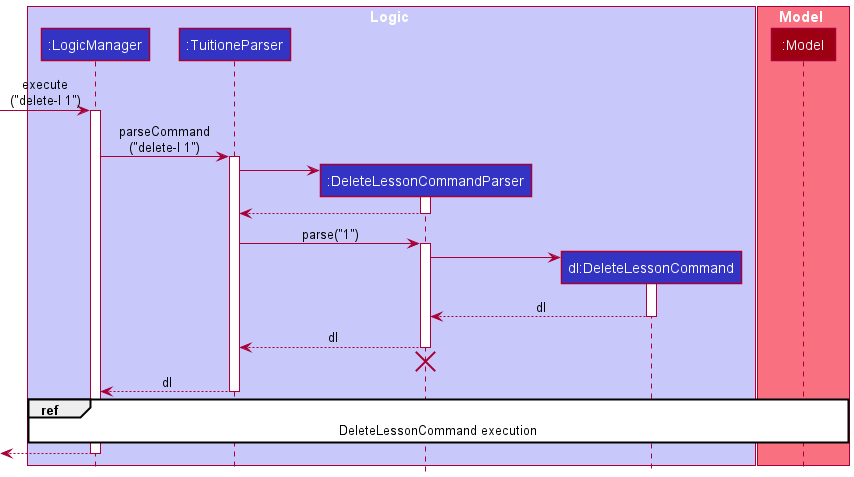
nus-cs2103-AY2122S1/tp keeps this PlantUML diagram as docs/images/DeveloperGuideImage/DeleteLessonSequenceDiagram0.png. Above is the earlier version. Source of this version:
```plantuml
@startuml
!include style.puml

box Logic LOGIC_COLOR_T1
participant ":LogicManager" as LogicManager LOGIC_COLOR
participant ":TuitioneParser" as TuitioneParser LOGIC_COLOR
participant ":DeleteLessonCommandParser" as DeleteLessonCommandParser LOGIC_COLOR
participant "dl:DeleteLessonCommand" as DeleteLessonCommand LOGIC_COLOR
end box

box Model MODEL_COLOR_T1
participant ":Model" as Model MODEL_COLOR
end box

[-> LogicManager : execute\n("delete-l 1")
activate LogicManager

LogicManager -> TuitioneParser : parseCommand\n("delete-l 1")
activate TuitioneParser

create DeleteLessonCommandParser
TuitioneParser -> DeleteLessonCommandParser
activate DeleteLessonCommandParser

DeleteLessonCommandParser --> TuitioneParser
deactivate DeleteLessonCommandParser

TuitioneParser -> DeleteLessonCommandParser : parse("1")
activate DeleteLessonCommandParser

create DeleteLessonCommand
DeleteLessonCommandParser -> DeleteLessonCommand
activate DeleteLessonCommand

DeleteLessonCommand --> DeleteLessonCommandParser : dl
deactivate DeleteLessonCommand

DeleteLessonCommandParser --> TuitioneParser : dl
deactivate DeleteLessonCommandParser
DeleteLessonCommandParser -[hidden]-> TuitioneParser
destroy DeleteLessonCommandParser

TuitioneParser --> LogicManager : dl
deactivate TuitioneParser

ref over LogicManager, Model : DeleteLessonCommand execution

[<--LogicManager
deactivate LogicManager
@enduml
```
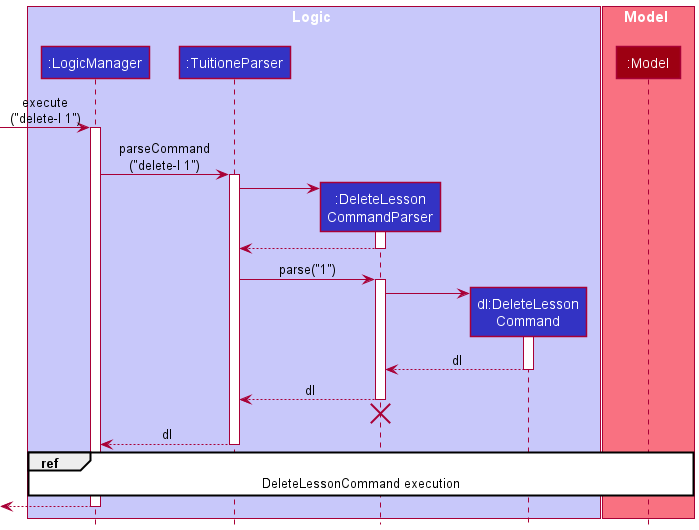
After the commit.

The edit, as a diff of the source:
```diff
@@ -4,8 +4,8 @@
 box Logic LOGIC_COLOR_T1
 participant ":LogicManager" as LogicManager LOGIC_COLOR
 participant ":TuitioneParser" as TuitioneParser LOGIC_COLOR
-participant ":DeleteLessonCommandParser" as DeleteLessonCommandParser LOGIC_COLOR
-participant "dl:DeleteLessonCommand" as DeleteLessonCommand LOGIC_COLOR
+participant ":DeleteLesson\nCommandParser" as DeleteLessonCommandParser LOGIC_COLOR
+participant "dl:DeleteLesson\nCommand" as DeleteLessonCommand LOGIC_COLOR
 end box
 
 box Model MODEL_COLOR_T1
```
